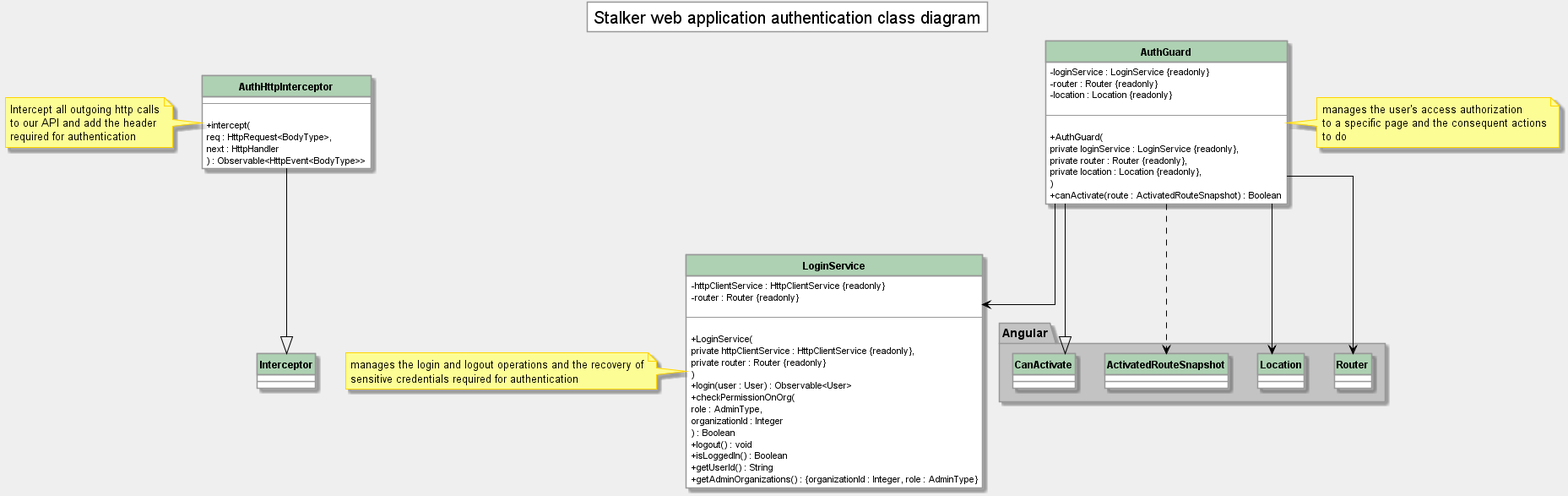
Before: esterni/manuale-manutentore/components/architettura/img/webapp-auth.png, a diagram exported from PlantUML (GruppOne/project-docs). The source it was exported from:
```plantuml
@startuml authentication and authorization classes

hide circle

skinparam {
  ArrowColor #000
  BackgroundColor #efefef
  DefaultFontName Roboto
  Linetype ortho
  NoteFontName Roboto
  SequenceLifeLineBackgroundColor #989898
  SequenceLifeLineBorderColor #000
  SequenceMessageAlignment center
  SequenceTitleFontColor #000
  ParticipantPadding 10
  ResponseMessageBelowArrow true
  classAttributeIconSize 0
  TitleFontSize 20
  TitleBorderColor #989898
  TitleBackgroundColor #fff

  Class {
    BackgroundColor #fff
    BorderColor #989898
    FontStyle bold
    HeaderBackgroundColor #add1b2
    StereotypeFontStyle normal
  }

  Class<<interface>> {
    HeaderBackgroundColor #b4a7e5
  }

  Class<<enumeration>> {
    HeaderBackgroundColor #eb937f
  }

  Package {
    BackgroundColor #c3c3c3
    BorderColor #989898
  }

  Note {
    BackgroundColor #fdfd96
    BorderColor #ffd400
  }

  Participant {
    BackgroundColor #fff
    BorderColor #989898
    FontStyle bold
  }
}
class Interceptor

class AuthHttpInterceptor {
  --

  + intercept(
    req : HttpRequest<BodyType>,
    next : HttpHandler
    ) : Observable<HttpEvent<BodyType>>
}

note left of AuthHttpInterceptor
Intercept all outgoing http calls
to our API and add the header
required for authentication
end note
class LoginService {
  - httpClientService : HttpClientService {readonly}
  - router : Router {readonly}

  --

  + LoginService(
    private httpClientService : HttpClientService {readonly},
    private router : Router {readonly}
    )
  + login(user : User) : Observable<User>
  + checkPermissionOnOrg(
    role : AdminType,
    organizationId : Integer
    ) : Boolean
  + logout() : void
  + isLoggedIn() : Boolean
  + getUserId() : String
  + getAdminOrganizations() : {organizationId : Integer, role : AdminType}
}
class AuthGuard {
  - loginService : LoginService {readonly}
  - router : Router {readonly}
  - location : Location {readonly}

  --

  + AuthGuard(
    private loginService : LoginService {readonly},
    private router : Router {readonly},
    private location : Location {readonly},
    )
  + canActivate(route : ActivatedRouteSnapshot) : Boolean
}

title Stalker web application authentication class diagram

Package Angular{
  class Router
  class Location
  class ActivatedRouteSnapshot
  class CanActivate
  class Interceptor
}
AuthGuard --> LoginService
AuthGuard --> Router
AuthGuard --> Location
AuthGuard ..> ActivatedRouteSnapshot
AuthGuard --|> CanActivate
AuthHttpInterceptor --|> Interceptor

note left of LoginService
manages the login and logout operations and the recovery of
sensitive credentials required for authentication
end note

note right of AuthGuard
manages the user's access authorization
to a specific page and the consequent actions
to do
end note
@enduml
```
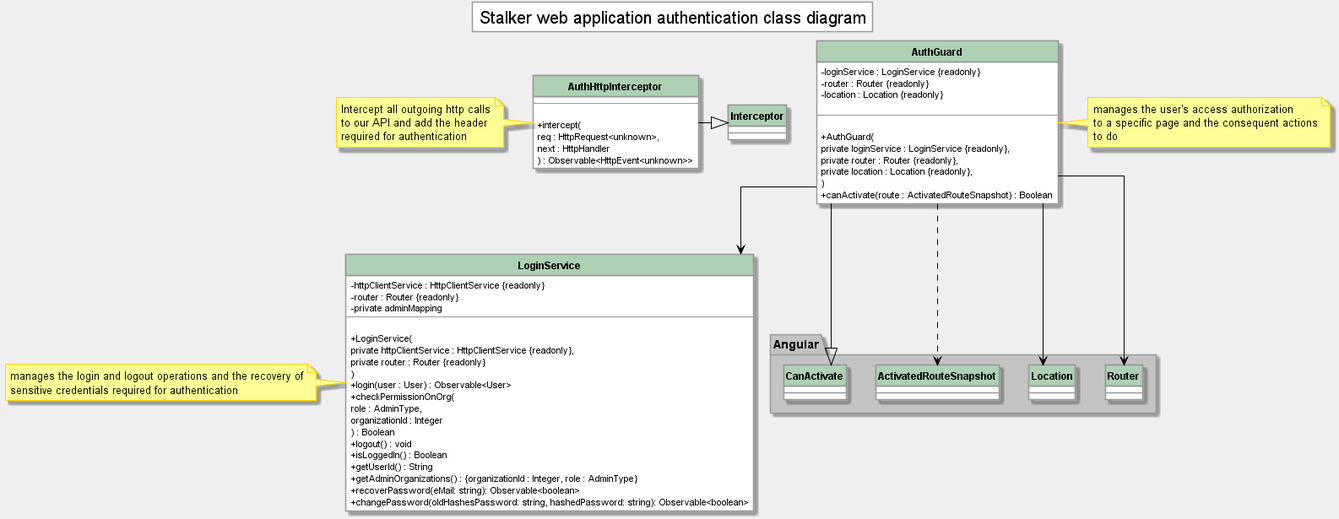
After the change.

What changed in the source:
```diff
@@ -1,106 +1,8 @@
 @startuml authentication and authorization classes
-
-hide circle
-
-skinparam {
-  ArrowColor #000
-  BackgroundColor #efefef
-  DefaultFontName Roboto
-  Linetype ortho
-  NoteFontName Roboto
-  SequenceLifeLineBackgroundColor #989898
-  SequenceLifeLineBorderColor #000
-  SequenceMessageAlignment center
-  SequenceTitleFontColor #000
-  ParticipantPadding 10
-  ResponseMessageBelowArrow true
-  classAttributeIconSize 0
-  TitleFontSize 20
-  TitleBorderColor #989898
-  TitleBackgroundColor #fff
-
-  Class {
-    BackgroundColor #fff
-    BorderColor #989898
-    FontStyle bold
-    HeaderBackgroundColor #add1b2
-    StereotypeFontStyle normal
-  }
-
-  Class<<interface>> {
-    HeaderBackgroundColor #b4a7e5
-  }
-
-  Class<<enumeration>> {
-    HeaderBackgroundColor #eb937f
-  }
-
-  Package {
-    BackgroundColor #c3c3c3
-    BorderColor #989898
-  }
-
-  Note {
-    BackgroundColor #fdfd96
-    BorderColor #ffd400
-  }
-
-  Participant {
-    BackgroundColor #fff
-    BorderColor #989898
-    FontStyle bold
-  }
-}
-class Interceptor
-
-class AuthHttpInterceptor {
-  --
-
-  + intercept(
-    req : HttpRequest<BodyType>,
-    next : HttpHandler
-    ) : Observable<HttpEvent<BodyType>>
-}
-
-note left of AuthHttpInterceptor
-Intercept all outgoing http calls
-to our API and add the header
-required for authentication
-end note
-class LoginService {
-  - httpClientService : HttpClientService {readonly}
-  - router : Router {readonly}
-
-  --
-
-  + LoginService(
-    private httpClientService : HttpClientService {readonly},
-    private router : Router {readonly}
-    )
-  + login(user : User) : Observable<User>
-  + checkPermissionOnOrg(
-    role : AdminType,
-    organizationId : Integer
-    ) : Boolean
-  + logout() : void
-  + isLoggedIn() : Boolean
-  + getUserId() : String
-  + getAdminOrganizations() : {organizationId : Integer, role : AdminType}
-}
-class AuthGuard {
-  - loginService : LoginService {readonly}
-  - router : Router {readonly}
-  - location : Location {readonly}
-
-  --
-
-  + AuthGuard(
-    private loginService : LoginService {readonly},
-    private router : Router {readonly},
-    private location : Location {readonly},
-    )
-  + canActivate(route : ActivatedRouteSnapshot) : Boolean
-}
+!include ../../style/class.pu
+!include ../services/auth-http-interceptorservice.pu
+!include ../services/loginservice.pu
+!include ../page-manager/AuthGuard.pu
 
 title Stalker web application authentication class diagram
 
@@ -116,7 +18,7 @@
 AuthGuard --> Location
 AuthGuard ..> ActivatedRouteSnapshot
 AuthGuard --|> CanActivate
-AuthHttpInterceptor --|> Interceptor
+AuthHttpInterceptor -|> Interceptor
 
 note left of LoginService
 manages the login and logout operations and the recovery of
```
